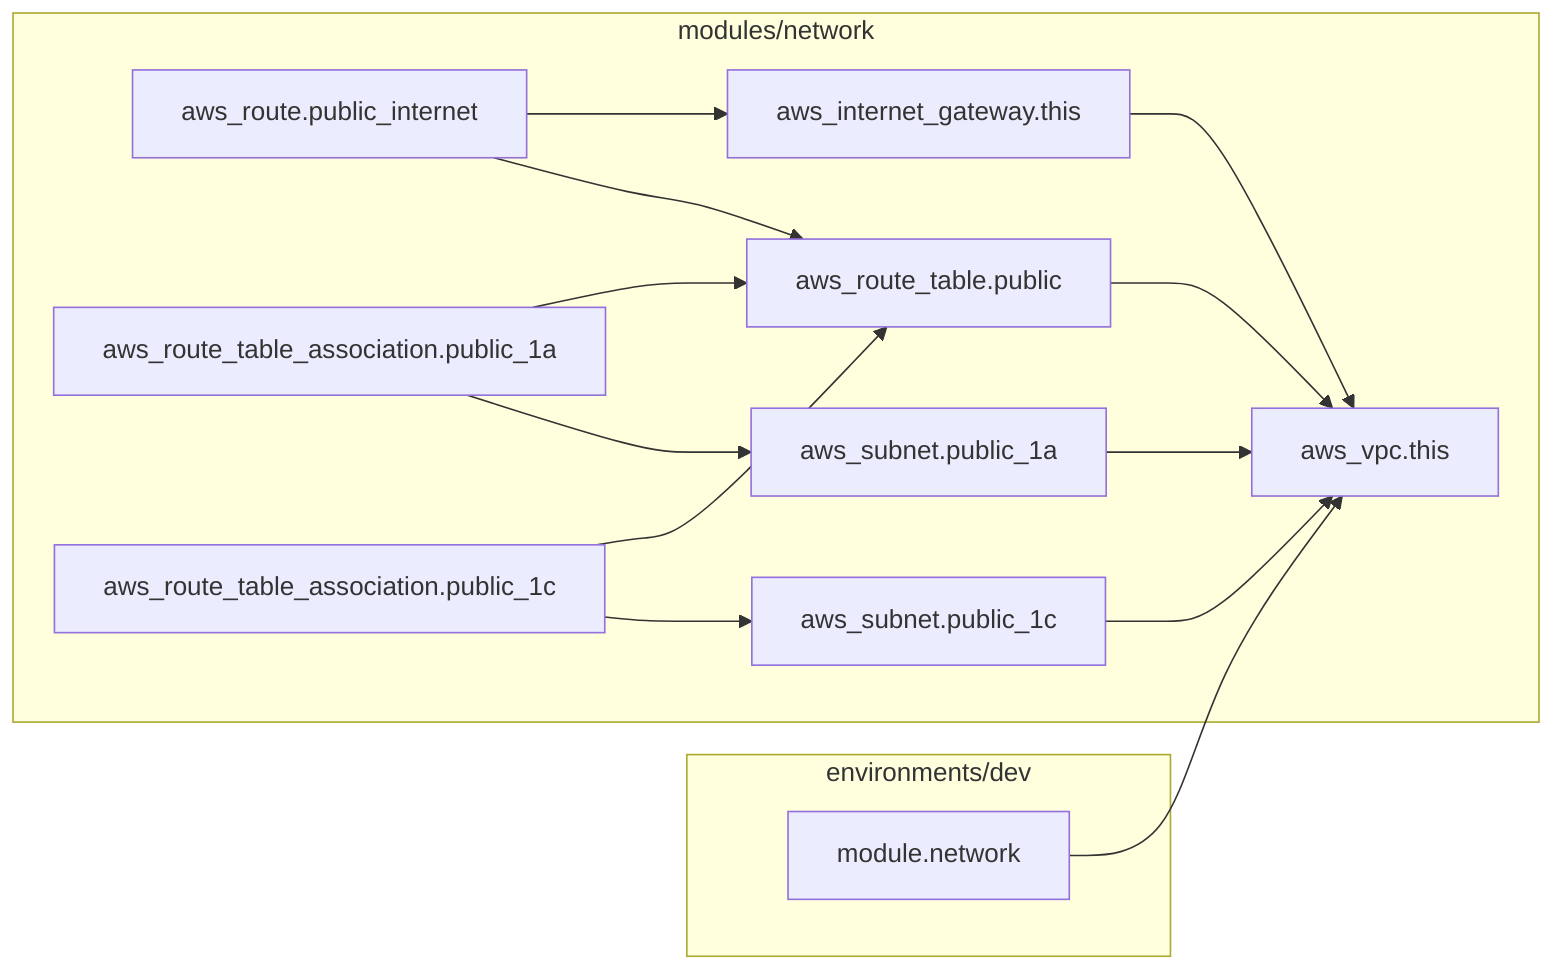
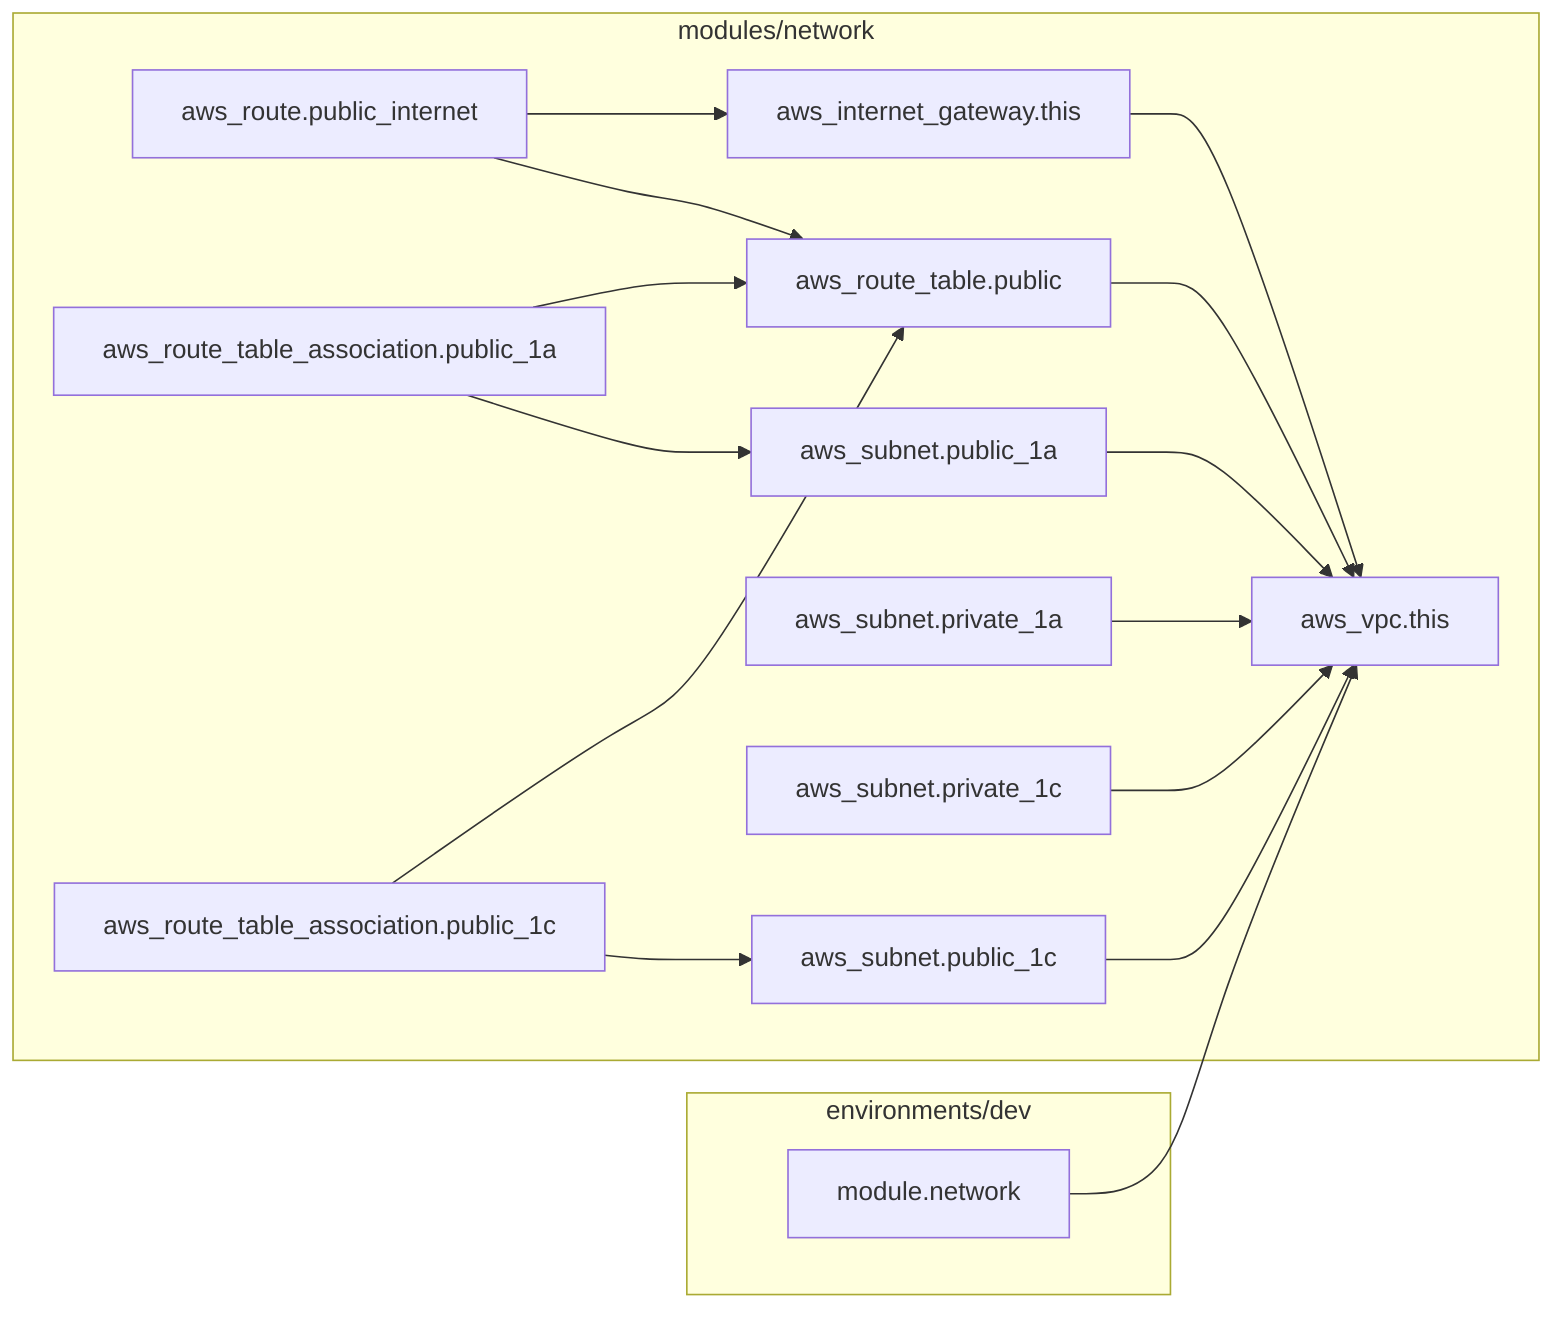
flowchart LR
  subgraph dev["environments/dev"]
    network_module["module.network"]
  end

  subgraph network["modules/network"]
    vpc["aws_vpc.this"]
    igw["aws_internet_gateway.this"]
    public_1a["aws_subnet.public_1a"]
    public_1c["aws_subnet.public_1c"]
+     private_1a["aws_subnet.private_1a"]
+     private_1c["aws_subnet.private_1c"]
    public_rt["aws_route_table.public"]
    public_internet_route["aws_route.public_internet"]
    public_1a_assoc["aws_route_table_association.public_1a"]
    public_1c_assoc["aws_route_table_association.public_1c"]
  end

  network_module --> vpc
  igw --> vpc
  public_1a --> vpc
  public_1c --> vpc
+   private_1a --> vpc
+   private_1c --> vpc
  public_rt --> vpc
  public_internet_route --> public_rt
  public_internet_route --> igw
  public_1a_assoc --> public_1a
  public_1a_assoc --> public_rt
  public_1c_assoc --> public_1c
  public_1c_assoc --> public_rt
